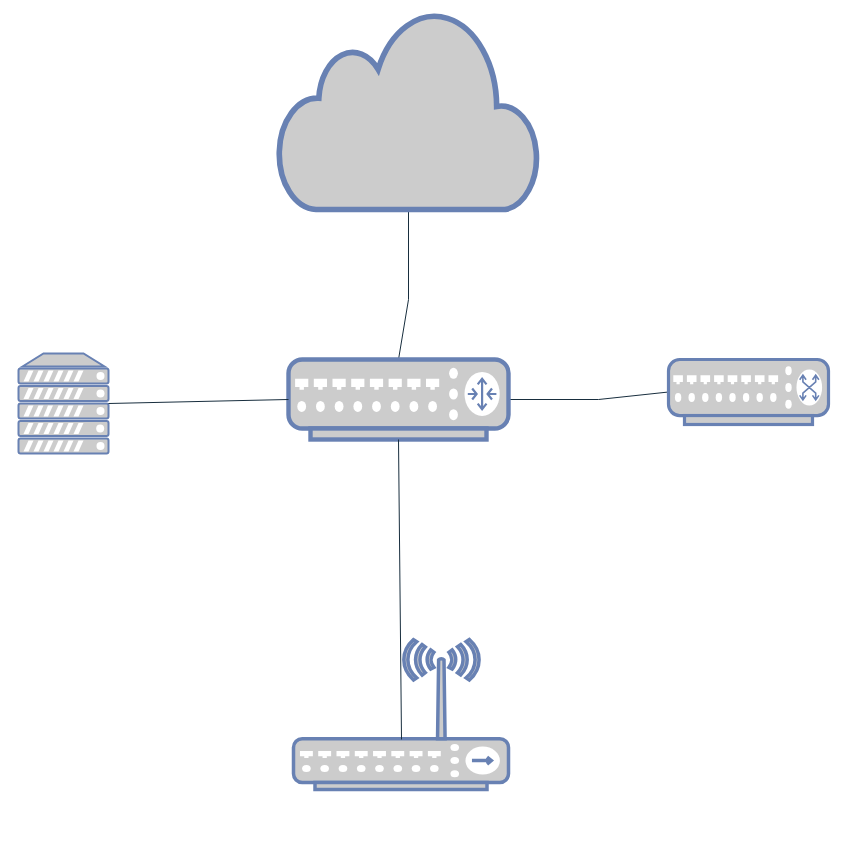
Above: Neth.drawio in jukogo/Neth (draw.io), before the change. Source tidied: cells renumbered, new cells numbered last; positions are measured from the earlier drawing's top-left corner, leaving out a move shared by most shapes. Both pictures are drawn from the tidied source at 100%, with x=0, y=0 at pixel (18, 9).
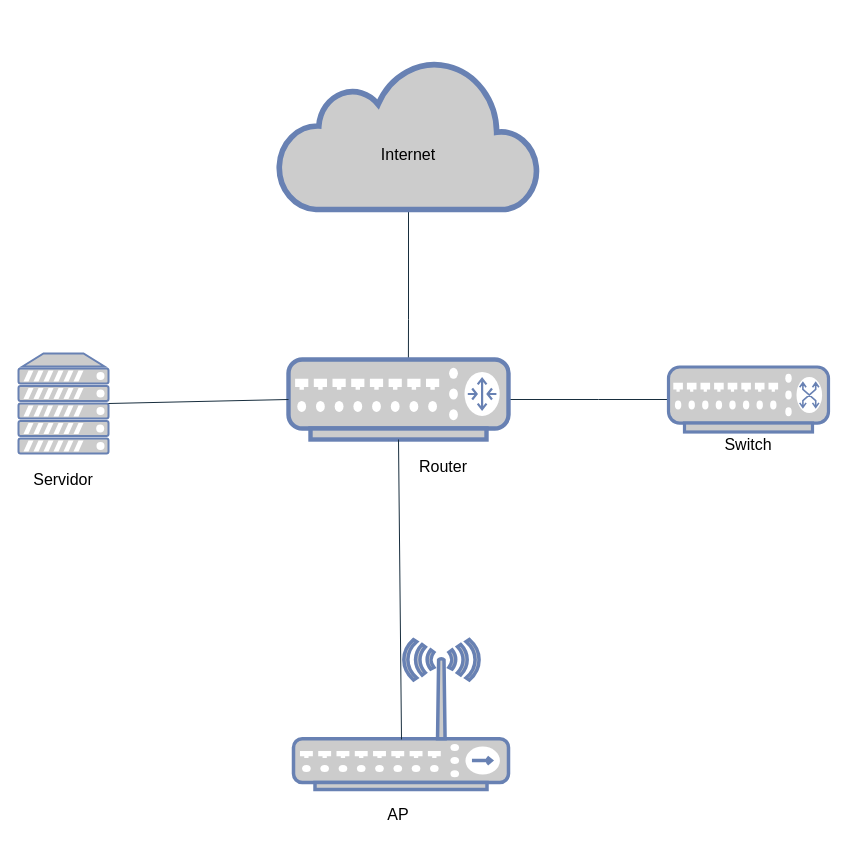
Above is the later version.

The edit, as a diff of the source:
```diff
@@
 <mxGraphModel>
   <root>
     <mxCell id="0" />
     <mxCell id="1" parent="0" />
-    <mxCell id="2" style="edgeStyle=none;rounded=0;jettySize=auto;html=1;sourcePerimeterSpacing=10;endArrow=none;endFill=0;targetPerimeterSpacing=10;labelBackgroundColor=none;fontColor=default;strokeColor=#182E3E;exitX=0.5;exitY=1;exitDx=0;exitDy=0;exitPerimeter=0;entryX=0.5;entryY=0;entryDx=0;entryDy=0;entryPerimeter=0;" parent="1" edge="1" source="5" target="4">
+    <mxCell id="2" style="edgeStyle=none;rounded=0;jettySize=auto;html=1;sourcePerimeterSpacing=10;endArrow=none;endFill=0;targetPerimeterSpacing=10;labelBackgroundColor=none;fontColor=default;strokeColor=#182E3E;exitX=0.5;exitY=1;exitDx=0;exitDy=0;exitPerimeter=0;entryX=0.545;entryY=0;entryDx=0;entryDy=0;entryPerimeter=0;" parent="1" edge="1" source="5" target="4">
       <mxGeometry relative="1" as="geometry">
         <Array as="points">
-          <mxPoint x="390" y="290" />
+          <mxPoint x="390" y="310" />
         </Array>
       </mxGeometry>
     </mxCell>
     <mxCell id="3" style="edgeStyle=none;rounded=0;jettySize=auto;html=1;endArrow=none;endFill=0;sourcePerimeterSpacing=10;targetPerimeterSpacing=10;labelBackgroundColor=none;fontColor=default;strokeColor=#182E3E;exitX=0;exitY=0.5;exitDx=0;exitDy=0;exitPerimeter=0;entryX=1;entryY=0.5;entryDx=0;entryDy=0;entryPerimeter=0;" parent="1" edge="1" source="6" target="4">
       <mxGeometry relative="1" as="geometry">
         <Array as="points">
           <mxPoint x="580" y="390" />
         </Array>
       </mxGeometry>
     </mxCell>
     <mxCell id="4" style="fontColor=#0066CC;verticalAlign=top;verticalLabelPosition=bottom;labelPosition=center;align=center;html=1;outlineConnect=0;fillColor=#CCCCCC;strokeColor=#6881B3;gradientColor=none;gradientDirection=north;strokeWidth=2;shape=mxgraph.networks.router;" parent="1" vertex="1">
       <mxGeometry x="270" y="350" width="220" height="80" as="geometry" />
     </mxCell>
     <mxCell id="5" style="html=1;outlineConnect=0;fillColor=#CCCCCC;strokeColor=#6881B3;gradientColor=none;gradientDirection=north;strokeWidth=2;shape=mxgraph.networks.cloud;fontColor=#ffffff;" parent="1" vertex="1">
-      <mxGeometry x="260" width="260" height="200" as="geometry" />
+      <mxGeometry x="260" y="50" width="260" height="150" as="geometry" />
     </mxCell>
     <mxCell id="6" style="fontColor=#0066CC;verticalAlign=top;verticalLabelPosition=bottom;labelPosition=center;align=center;html=1;outlineConnect=0;fillColor=#CCCCCC;strokeColor=#6881B3;gradientColor=none;gradientDirection=north;strokeWidth=2;shape=mxgraph.networks.switch;" parent="1" vertex="1">
-      <mxGeometry x="650" y="350" width="160" height="65" as="geometry" />
+      <mxGeometry x="650" y="357.5" width="160" height="65" as="geometry" />
     </mxCell>
     <mxCell id="7" style="fontColor=#0066CC;verticalAlign=top;verticalLabelPosition=bottom;labelPosition=center;align=center;html=1;outlineConnect=0;fillColor=#CCCCCC;strokeColor=#6881B3;gradientColor=none;gradientDirection=north;strokeWidth=2;shape=mxgraph.networks.server;" parent="1" vertex="1">
       <mxGeometry y="344" width="90" height="100" as="geometry" />
     </mxCell>
     <mxCell id="8" style="fontColor=#0066CC;verticalAlign=top;verticalLabelPosition=bottom;labelPosition=center;align=center;html=1;fillColor=#CCCCCC;strokeColor=#6881B3;gradientColor=none;gradientDirection=north;strokeWidth=2;shape=mxgraph.networks.wireless_hub;" parent="1" vertex="1">
       <mxGeometry x="275" y="630" width="215" height="150" as="geometry" />
     </mxCell>
     <mxCell id="9" style="edgeStyle=none;rounded=0;jettySize=auto;html=1;endArrow=none;endFill=0;sourcePerimeterSpacing=10;targetPerimeterSpacing=10;labelBackgroundColor=none;fontColor=default;strokeColor=#182E3E;exitX=0.5;exitY=1;exitDx=0;exitDy=0;exitPerimeter=0;" parent="1" edge="1" source="4">
       <mxGeometry relative="1" as="geometry">
         <mxPoint x="383" y="730" as="targetPoint" />
       </mxGeometry>
     </mxCell>
     <mxCell id="10" style="edgeStyle=none;rounded=0;jettySize=auto;html=1;endArrow=none;endFill=0;sourcePerimeterSpacing=10;targetPerimeterSpacing=10;labelBackgroundColor=none;fontColor=default;strokeColor=#182E3E;exitX=1;exitY=0.5;exitDx=0;exitDy=0;exitPerimeter=0;entryX=0;entryY=0.5;entryDx=0;entryDy=0;entryPerimeter=0;" parent="1" edge="1" source="7" target="4">
       <mxGeometry relative="1" as="geometry" />
     </mxCell>
+    <mxCell id="11" value="Router" style="text;strokeColor=none;fillColor=none;html=1;align=center;verticalAlign=middle;whiteSpace=wrap;rounded=0;fontSize=16;" parent="1" vertex="1">
+      <mxGeometry x="400" y="444" width="50" height="26" as="geometry" />
+    </mxCell>
+    <mxCell id="12" value="Switch" style="text;strokeColor=none;fillColor=none;html=1;align=center;verticalAlign=middle;whiteSpace=wrap;rounded=0;fontSize=16;" parent="1" vertex="1">
+      <mxGeometry x="690" y="415" width="80" height="40" as="geometry" />
+    </mxCell>
+    <mxCell id="13" value="AP" style="text;strokeColor=none;fillColor=none;html=1;align=center;verticalAlign=middle;whiteSpace=wrap;rounded=0;fontSize=16;" parent="1" vertex="1">
+      <mxGeometry x="340" y="790" width="80" height="30" as="geometry" />
+    </mxCell>
+    <mxCell id="14" value="Servidor" style="text;strokeColor=none;fillColor=none;html=1;align=center;verticalAlign=middle;whiteSpace=wrap;rounded=0;fontSize=16;" parent="1" vertex="1">
+      <mxGeometry x="15" y="455" width="60" height="30" as="geometry" />
+    </mxCell>
+    <mxCell id="15" value="Internet" style="text;strokeColor=none;fillColor=none;html=1;align=center;verticalAlign=middle;whiteSpace=wrap;rounded=0;fontSize=16;" parent="1" vertex="1">
+      <mxGeometry x="360" y="130" width="60" height="30" as="geometry" />
+    </mxCell>
   </root>
 </mxGraphModel>
```
